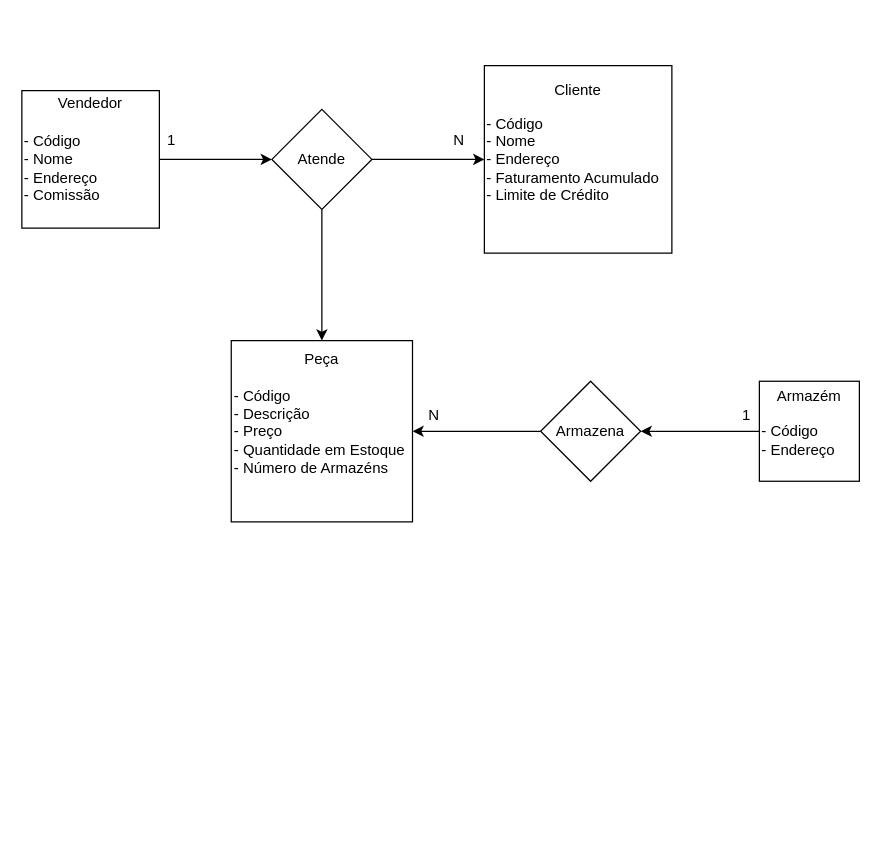
Before: Loja de Vendas.drawio in Dandiels/Diagramas-de-Banco-de-Dados, a draw.io diagram. Source tidied: cells renumbered, new cells numbered last; positions are measured from the earlier drawing's top-left corner, leaving out a move shared by most shapes. Both pictures are drawn from the tidied source at 125%, with x=0, y=0 at pixel (21, 65).
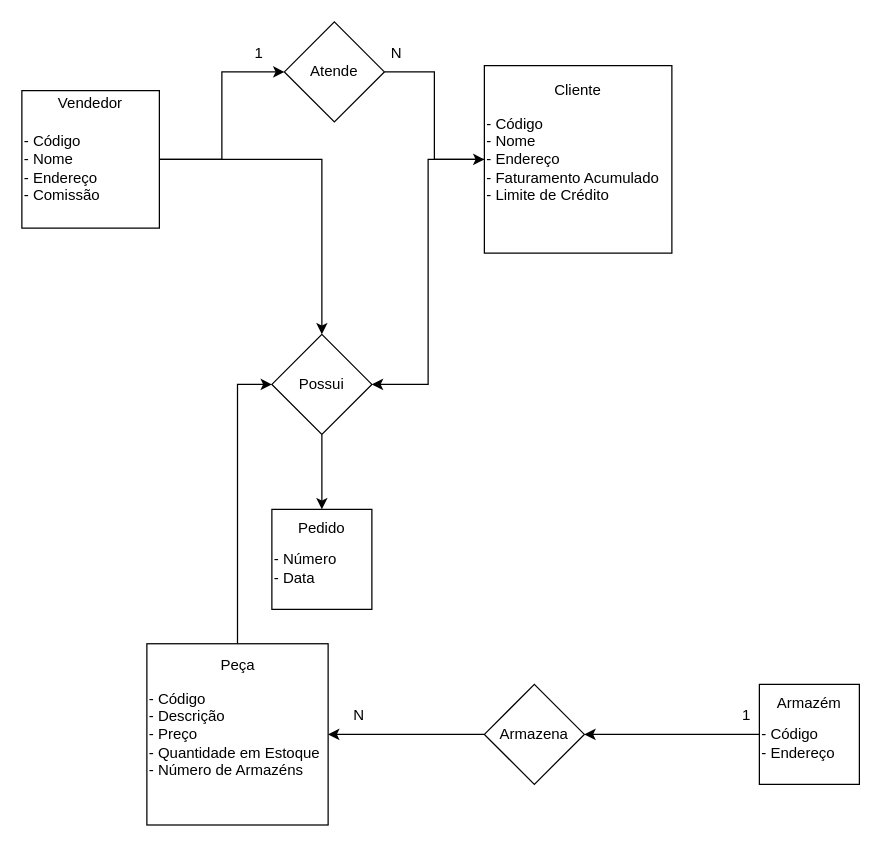
Above is the later version.

The change refers to these unchanged cells:
```xml
<mxCell id="3" value="&lt;br&gt;- Código&lt;br&gt;- Nome&lt;br&gt;- Endereço&lt;br&gt;- Comissão" style="whiteSpace=wrap;html=1;align=left;" parent="1" vertex="1">
  <mxGeometry y="20" width="110" height="110" as="geometry" />
</mxCell>
<mxCell id="5" value="- Código&lt;br&gt;- Nome&lt;br&gt;- Endereço&lt;br&gt;- Faturamento Acumulado&lt;br&gt;- Limite de Crédito" style="whiteSpace=wrap;html=1;align=left;" parent="1" vertex="1">
  <mxGeometry x="370" width="150" height="150" as="geometry" />
</mxCell>
```

Diff of the diagram source:
```diff
@@
+    <mxCell id="21" style="edgeStyle=orthogonalEdgeStyle;rounded=0;jettySize=auto;html=1;entryX=0.5;entryY=0;entryDx=0;entryDy=0;" parent="1" edge="1" source="3" target="27">
+      <mxGeometry relative="1" as="geometry" />
+    </mxCell>
@@
+    <mxCell id="22" style="edgeStyle=orthogonalEdgeStyle;rounded=0;jettySize=auto;html=1;entryX=1;entryY=0.5;entryDx=0;entryDy=0;" parent="1" edge="1" source="5" target="27">
+      <mxGeometry relative="1" as="geometry" />
+    </mxCell>
@@
-    <mxCell id="8" style="edgeStyle=orthogonalEdgeStyle;rounded=0;jettySize=auto;html=1;exitX=0.5;exitY=1;exitDx=0;exitDy=0;entryX=0.5;entryY=0;entryDx=0;entryDy=0;" parent="1" edge="1" source="9" target="13">
-      <mxGeometry relative="1" as="geometry" />
-    </mxCell>
     <mxCell id="9" value="Atende" style="rhombus;whiteSpace=wrap;html=1;" parent="1" vertex="1">
-      <mxGeometry x="200" y="35" width="80" height="80" as="geometry" />
+      <mxGeometry x="210" y="-35" width="80" height="80" as="geometry" />
     </mxCell>
     <mxCell id="10" value="N" style="text;html=1;strokeColor=none;fillColor=none;align=center;verticalAlign=middle;whiteSpace=wrap;rounded=0;" parent="1" vertex="1">
-      <mxGeometry x="320" y="45" width="60" height="30" as="geometry" />
+      <mxGeometry x="270" y="-25" width="60" height="30" as="geometry" />
     </mxCell>
     <mxCell id="11" value="1" style="text;html=1;strokeColor=none;fillColor=none;align=center;verticalAlign=middle;whiteSpace=wrap;rounded=0;" parent="1" vertex="1">
-      <mxGeometry x="90" y="45" width="60" height="30" as="geometry" />
+      <mxGeometry x="160" y="-25" width="60" height="30" as="geometry" />
     </mxCell>
+    <mxCell id="23" style="edgeStyle=orthogonalEdgeStyle;rounded=0;jettySize=auto;html=1;entryX=0;entryY=0.5;entryDx=0;entryDy=0;" parent="1" edge="1" source="12" target="27">
+      <mxGeometry relative="1" as="geometry" />
+    </mxCell>
     <mxCell id="12" value="- Código&lt;br&gt;- Descrição&lt;br&gt;- Preço&lt;br&gt;- Quantidade em Estoque&lt;br&gt;- Número de Armazéns" style="whiteSpace=wrap;html=1;align=left;" parent="1" vertex="1">
-      <mxGeometry x="167.5" y="220" width="145" height="145" as="geometry" />
+      <mxGeometry x="100" y="462.5" width="145" height="145" as="geometry" />
     </mxCell>
     <mxCell id="13" value="Peça" style="text;html=1;strokeColor=none;fillColor=none;align=center;verticalAlign=middle;whiteSpace=wrap;rounded=0;" parent="1" vertex="1">
-      <mxGeometry x="210" y="220" width="60" height="30" as="geometry" />
+      <mxGeometry x="142.5" y="465" width="60" height="30" as="geometry" />
     </mxCell>
@@
     <mxCell id="15" value="&lt;br&gt;- Código&lt;br&gt;- Endereço" style="whiteSpace=wrap;html=1;align=left;" parent="1" vertex="1">
-      <mxGeometry x="590" y="252.5" width="80" height="80" as="geometry" />
+      <mxGeometry x="590" y="495" width="80" height="80" as="geometry" />
     </mxCell>
     <mxCell id="16" value="Armazém" style="text;html=1;strokeColor=none;fillColor=none;align=center;verticalAlign=middle;whiteSpace=wrap;rounded=0;" parent="1" vertex="1">
-      <mxGeometry x="600" y="250" width="60" height="30" as="geometry" />
+      <mxGeometry x="600" y="495" width="60" height="30" as="geometry" />
     </mxCell>
@@
     <mxCell id="18" value="Armazena" style="rhombus;whiteSpace=wrap;html=1;" parent="1" vertex="1">
-      <mxGeometry x="415" y="252.5" width="80" height="80" as="geometry" />
+      <mxGeometry x="370" y="495" width="80" height="80" as="geometry" />
     </mxCell>
     <mxCell id="19" value="N" style="text;html=1;strokeColor=none;fillColor=none;align=center;verticalAlign=middle;whiteSpace=wrap;rounded=0;" parent="1" vertex="1">
-      <mxGeometry x="300" y="265" width="60" height="30" as="geometry" />
+      <mxGeometry x="240" y="505" width="60" height="30" as="geometry" />
     </mxCell>
     <mxCell id="20" value="1" style="text;html=1;strokeColor=none;fillColor=none;align=center;verticalAlign=middle;whiteSpace=wrap;rounded=0;" parent="1" vertex="1">
-      <mxGeometry x="550" y="265" width="60" height="30" as="geometry" />
+      <mxGeometry x="550" y="505" width="60" height="30" as="geometry" />
     </mxCell>
+    <mxCell id="24" value="&lt;br&gt;- Número&lt;br&gt;- Data" style="whiteSpace=wrap;html=1;align=left;" parent="1" vertex="1">
+      <mxGeometry x="200" y="355" width="80" height="80" as="geometry" />
+    </mxCell>
+    <mxCell id="25" value="Pedido" style="text;html=1;strokeColor=none;fillColor=none;align=center;verticalAlign=middle;whiteSpace=wrap;rounded=0;" parent="1" vertex="1">
+      <mxGeometry x="210" y="355" width="60" height="30" as="geometry" />
+    </mxCell>
+    <mxCell id="26" style="edgeStyle=orthogonalEdgeStyle;rounded=0;jettySize=auto;html=1;" parent="1" edge="1" source="27" target="24">
+      <mxGeometry relative="1" as="geometry" />
+    </mxCell>
+    <mxCell id="27" value="Possui" style="rhombus;whiteSpace=wrap;html=1;" parent="1" vertex="1">
+      <mxGeometry x="200" y="215" width="80" height="80" as="geometry" />
+    </mxCell>
```
